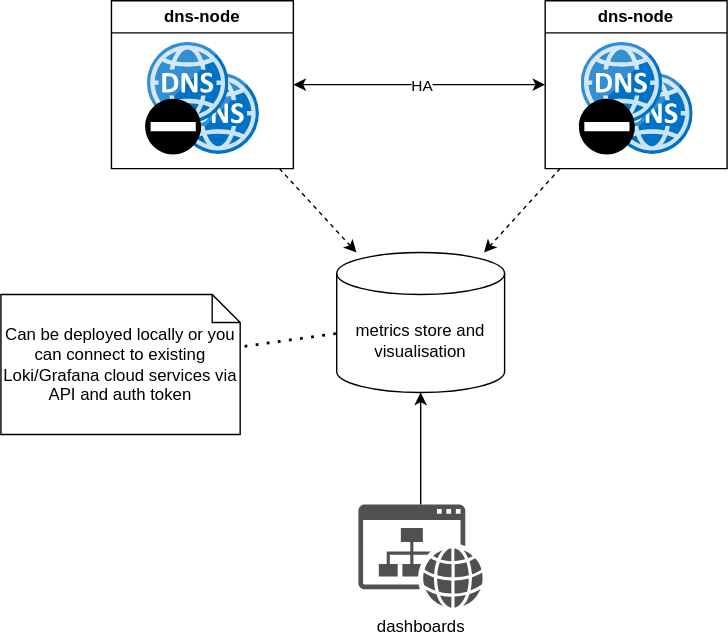
Before: .files/ha-sinkhole-architecture-overview.drawio.svg, a diagram exported from draw.io (davison/ha-sinkhole). Source tidied: cells renumbered, new cells last; positions are measured from the earlier drawing's top-left corner, leaving out a move shared by most shapes.
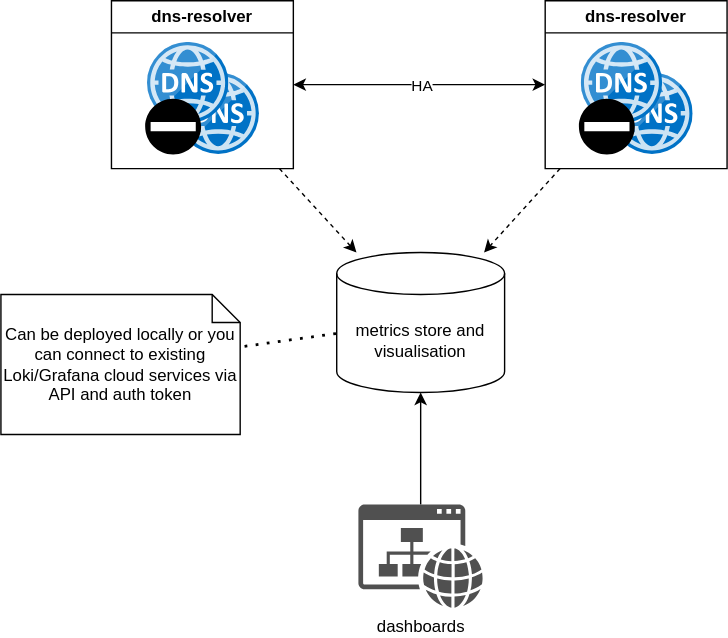
After the change.

Diff of the diagram source:
```diff
@@ -2,7 +2,7 @@
   <root>
     <mxCell id="0" />
     <mxCell id="1" parent="0" />
-    <mxCell id="2" value="dns-node" style="swimlane;whiteSpace=wrap;html=1;" parent="1" vertex="1">
+    <mxCell id="2" value="dns-resolver" style="swimlane;whiteSpace=wrap;html=1;" parent="1" vertex="1">
       <mxGeometry x="79" width="130" height="120" as="geometry" />
     </mxCell>
     <mxCell id="3" style="group;" parent="2" vertex="1">
@@ -23,7 +23,7 @@
     <mxCell id="8" style="shape=mxgraph.signs.safety.no_entry;html=1;fillColor=light-dark(#000000,#FF0000);strokeColor=none;verticalLabelPosition=bottom;verticalAlign=top;align=center;" parent="6" vertex="1">
       <mxGeometry width="40" height="40" as="geometry" />
     </mxCell>
-    <mxCell id="9" value="dns-node" style="swimlane;whiteSpace=wrap;html=1;" parent="1" vertex="1">
+    <mxCell id="9" value="dns-resolver" style="swimlane;whiteSpace=wrap;html=1;" parent="1" vertex="1">
       <mxGeometry x="389" width="130" height="120" as="geometry" />
     </mxCell>
     <mxCell id="10" style="group;" parent="9" vertex="1">
```
